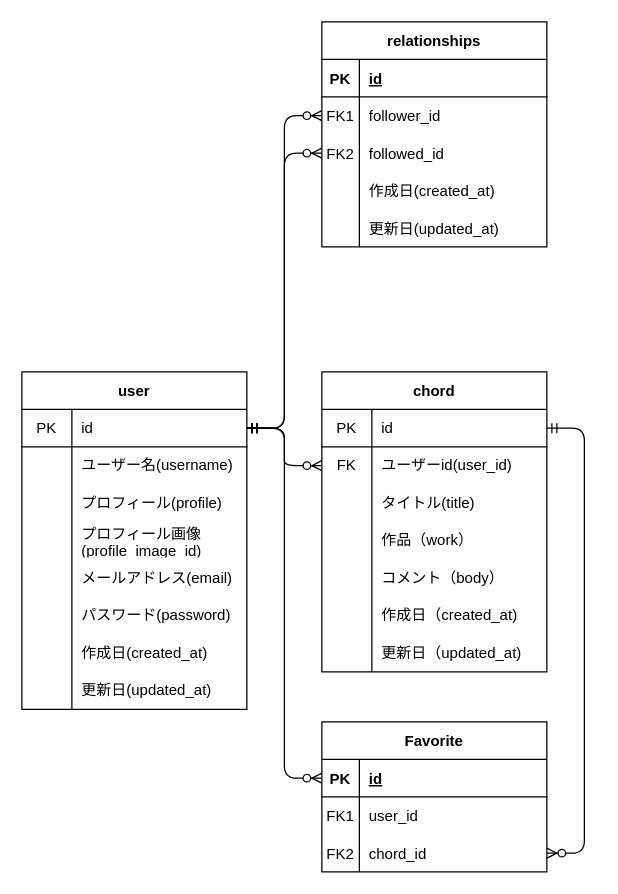
Above: page "全体図" (1 of 2) of src/ER図.drawio in AniP-gt/chord_board (draw.io), before the change. Source tidied: cells renumbered, new cells numbered last; positions are measured from the earlier drawing's top-left corner, leaving out a move shared by most shapes. Both pictures are drawn from the tidied source at 125%, with x=0, y=0 at pixel (21, 21).
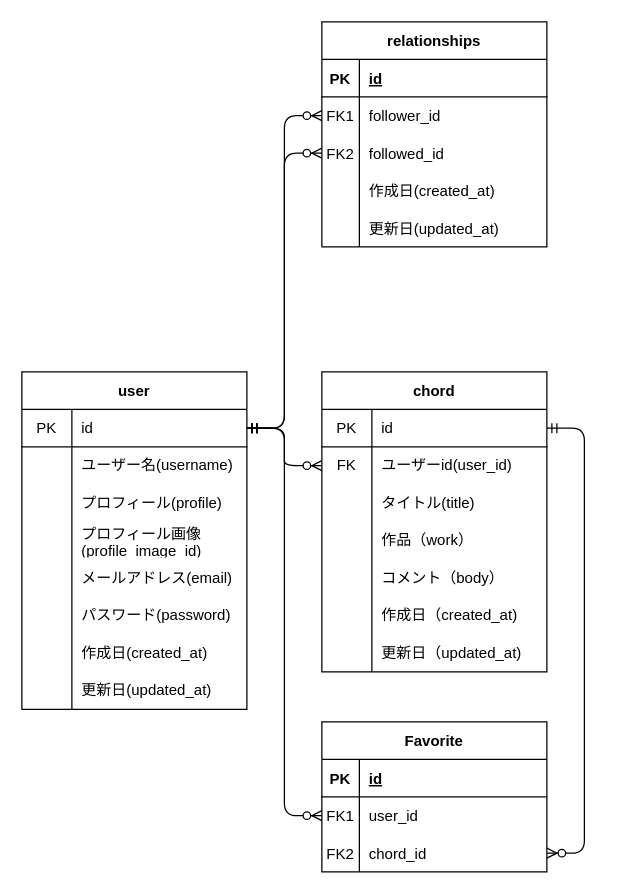
The same page after the edit.

The change refers to these unchanged cells:
```xml
<mxCell id="3" style="shape=partialRectangle;html=1;whiteSpace=wrap;fillColor=none;top=0;left=0;bottom=1;right=0;points=[[0,0.5],[1,0.5]];portConstraint=eastwest;" parent="2" vertex="1">
  <mxGeometry y="30" width="180" height="30" as="geometry" />
</mxCell>
<mxCell id="69" style="shape=partialRectangle;fillColor=none;top=0;left=0;bottom=1;right=0;points=[[0,0.5],[1,0.5]];portConstraint=eastwest;" parent="68" vertex="1">
  <mxGeometry y="30" width="180" height="30" as="geometry" />
</mxCell>
<mxCell id="72" style="shape=partialRectangle;fillColor=none;top=0;left=0;bottom=0;right=0;points=[[0,0.5],[1,0.5]];portConstraint=eastwest;" parent="68" vertex="1">
  <mxGeometry y="60" width="180" height="30" as="geometry" />
</mxCell>
```

Diff of the diagram source:
```diff
@@
-    <mxCell id="79" style="edgeStyle=entityRelationEdgeStyle;fontSize=12;html=1;endArrow=ERzeroToMany;startArrow=ERmandOne;entryX=0;entryY=0.5;entryDx=0;entryDy=0;exitX=1;exitY=0.5;exitDx=0;exitDy=0;" parent="1" edge="1" source="3" target="69">
+    <mxCell id="79" style="edgeStyle=entityRelationEdgeStyle;fontSize=12;html=1;endArrow=ERzeroToMany;startArrow=ERmandOne;entryX=0;entryY=0.5;entryDx=0;entryDy=0;exitX=1;exitY=0.5;exitDx=0;exitDy=0;" parent="1" edge="1" source="3" target="72">
       <mxGeometry relative="1" as="geometry" />
     </mxCell>
```
